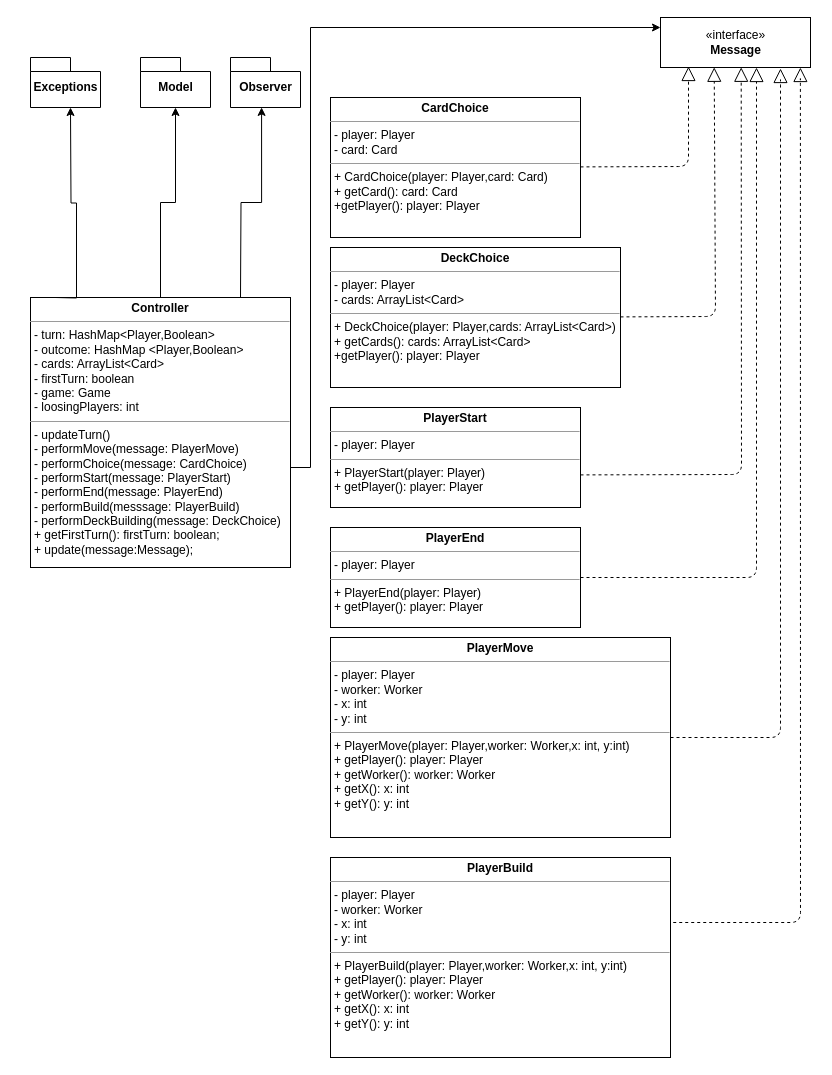
Above: UML/Controller.drawio in peppetort/POLIMI_SE_19-20_santorini (draw.io), before the change. Source tidied: cells renumbered, new cells numbered last; positions are measured from the earlier drawing's top-left corner, leaving out a move shared by most shapes. Both pictures are drawn from the tidied source at 100%, with x=0, y=0 at pixel (30, 17).
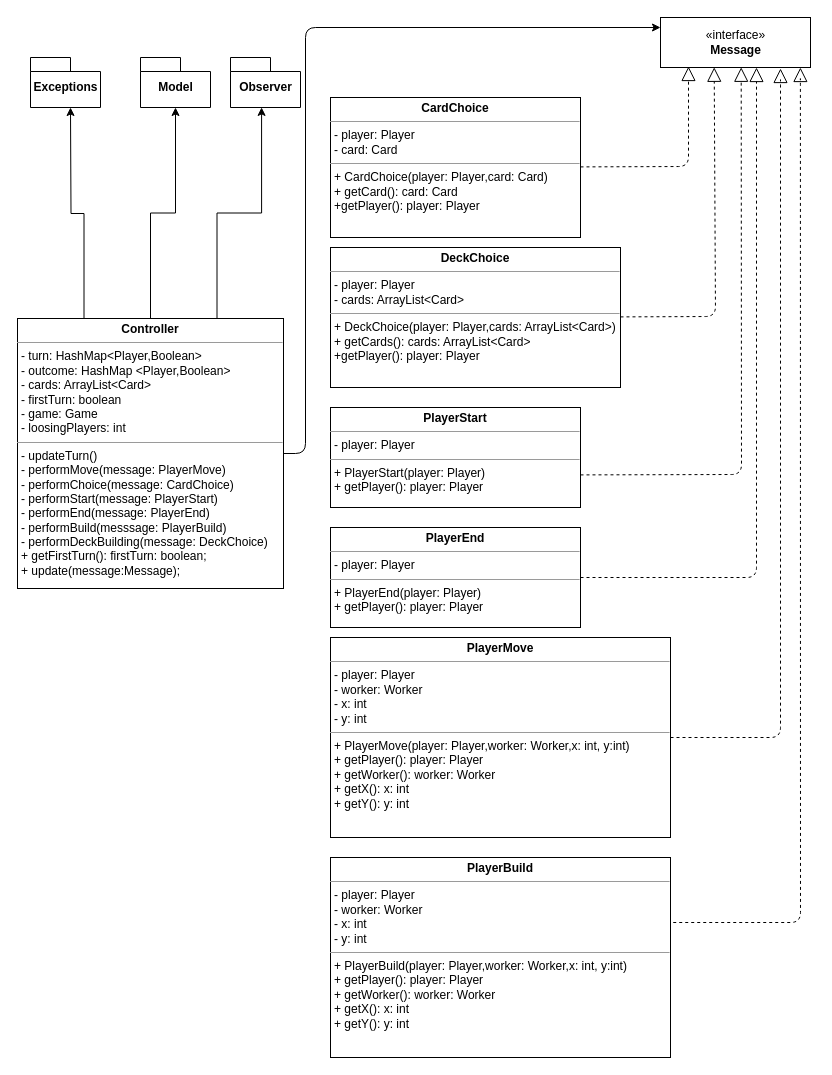
After the change.

Commit message (it also covers changes not shown here):
Aggiustati UML

Unchanged cells that the change refers to:
```xml
<mxCell id="3" value="Observer" style="shape=folder;fontStyle=1;spacingTop=10;tabWidth=40;tabHeight=14;tabPosition=left;html=1;" parent="1" vertex="1">
  <mxGeometry x="200" y="40" width="70" height="50" as="geometry" />
</mxCell>
```

Change to the diagram source:
```diff
@@
     <mxCell id="5" value="&lt;p style=&quot;margin: 0px ; margin-top: 4px ; text-align: center&quot;&gt;&lt;b&gt;Controller&lt;/b&gt;&lt;/p&gt;&lt;hr size=&quot;1&quot;&gt;&lt;p style=&quot;margin: 0px ; margin-left: 4px&quot;&gt;- turn: HashMap&amp;lt;Player,Boolean&amp;gt;&lt;/p&gt;&lt;p style=&quot;margin: 0px ; margin-left: 4px&quot;&gt;- outcome: HashMap &amp;lt;Player,Boolean&amp;gt;&amp;nbsp;&lt;/p&gt;&lt;p style=&quot;margin: 0px ; margin-left: 4px&quot;&gt;- cards: ArrayList&amp;lt;Card&amp;gt;&lt;/p&gt;&lt;p style=&quot;margin: 0px ; margin-left: 4px&quot;&gt;- firstTurn: boolean&lt;/p&gt;&lt;p style=&quot;margin: 0px ; margin-left: 4px&quot;&gt;- game: Game&lt;/p&gt;&lt;p style=&quot;margin: 0px ; margin-left: 4px&quot;&gt;- loosingPlayers: int&lt;/p&gt;&lt;hr size=&quot;1&quot;&gt;&lt;p style=&quot;margin: 0px ; margin-left: 4px&quot;&gt;- updateTurn()&lt;/p&gt;&lt;p style=&quot;margin: 0px ; margin-left: 4px&quot;&gt;- performMove(message: PlayerMove)&lt;/p&gt;&lt;p style=&quot;margin: 0px ; margin-left: 4px&quot;&gt;- performChoice(message: CardChoice)&lt;/p&gt;&lt;p style=&quot;margin: 0px ; margin-left: 4px&quot;&gt;- performStart(message: PlayerStart)&lt;/p&gt;&lt;p style=&quot;margin: 0px ; margin-left: 4px&quot;&gt;- performEnd(message: PlayerEnd)&lt;/p&gt;&lt;p style=&quot;margin: 0px ; margin-left: 4px&quot;&gt;- performBuild(messsage: PlayerBuild)&lt;/p&gt;&lt;p style=&quot;margin: 0px ; margin-left: 4px&quot;&gt;- performDeckBuilding(message: DeckChoice)&lt;/p&gt;&lt;p style=&quot;margin: 0px ; margin-left: 4px&quot;&gt;+ getFirstTurn(): firstTurn: boolean;&lt;/p&gt;&lt;p style=&quot;margin: 0px ; margin-left: 4px&quot;&gt;+ update(message:Message);&amp;nbsp;&amp;nbsp;&lt;/p&gt;" style="verticalAlign=top;align=left;overflow=fill;fontSize=12;fontFamily=Helvetica;html=1;" parent="1" vertex="1">
-      <mxGeometry y="280" width="260" height="270" as="geometry" />
+      <mxGeometry x="-13" y="301" width="266" height="270" as="geometry" />
     </mxCell>
@@
-    <mxCell id="19" style="edgeStyle=orthogonalEdgeStyle;rounded=0;jettySize=auto;html=1;entryX=0.444;entryY=0.998;entryDx=0;entryDy=0;entryPerimeter=0;" parent="1" edge="1" target="3">
-      <mxGeometry relative="1" as="geometry">
-        <mxPoint x="210" y="280" as="sourcePoint" />
-      </mxGeometry>
+    <mxCell id="19" style="edgeStyle=orthogonalEdgeStyle;rounded=0;jettySize=auto;html=1;entryX=0.444;entryY=0.998;entryDx=0;entryDy=0;entryPerimeter=0;exitX=0.75;exitY=0;exitDx=0;exitDy=0;" parent="1" edge="1" source="5" target="3">
+      <mxGeometry relative="1" as="geometry" />
     </mxCell>
@@
-    <mxCell id="21" style="edgeStyle=orthogonalEdgeStyle;rounded=0;orthogonalLoop=1;jettySize=auto;html=1;entryX=0.5;entryY=1;entryDx=0;entryDy=0;entryPerimeter=0;" parent="1" edge="1">
+    <mxCell id="21" style="edgeStyle=orthogonalEdgeStyle;rounded=0;jettySize=auto;html=1;entryX=0.5;entryY=1;entryDx=0;entryDy=0;entryPerimeter=0;exitX=0.25;exitY=0;exitDx=0;exitDy=0;" parent="1" edge="1" source="5">
       <mxGeometry relative="1" as="geometry">
-        <mxPoint x="25" y="280" as="sourcePoint" />
         <mxPoint x="40" y="90" as="targetPoint" />
       </mxGeometry>
     </mxCell>
-    <mxCell id="22" style="endArrow=classic;html=1;" parent="1" edge="1">
+    <mxCell id="22" style="endArrow=classic;html=1;exitX=1;exitY=0.5;exitDx=0;exitDy=0;" parent="1" edge="1" source="5">
       <mxGeometry relative="1" as="geometry">
-        <mxPoint x="280" y="10" as="sourcePoint" />
         <mxPoint x="630" y="10" as="targetPoint" />
+        <Array as="points">
+          <mxPoint x="275" y="436" />
+          <mxPoint x="275" y="10" />
+        </Array>
       </mxGeometry>
     </mxCell>
-    <mxCell id="23" style="endArrow=none;html=1;" parent="1" edge="1">
-      <mxGeometry relative="1" as="geometry">
-        <mxPoint x="280" y="450" as="sourcePoint" />
-        <mxPoint x="280" y="10" as="targetPoint" />
-      </mxGeometry>
-    </mxCell>
-    <mxCell id="24" style="endArrow=none;html=1;" parent="1" edge="1">
-      <mxGeometry relative="1" as="geometry">
-        <mxPoint x="260" y="450" as="sourcePoint" />
-        <mxPoint x="280" y="450" as="targetPoint" />
-      </mxGeometry>
-    </mxCell>
```
